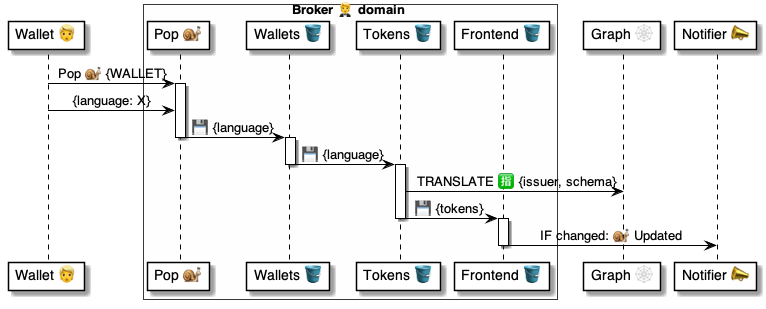
This is 4 ⚙️ Solution/20 🧑‍🦰 UI/Brokers 🤵/🤵🪣 Broker tables/Tokens 🎫 table/🪣🧱 20 Localize ⏩ flow/🤵 Broker.Tokens.Localize ⚙️ uml.png from pollyweb-org/pollyweb-docs, a PlantUML export, as it was before one commit. Its source is kept beside it as 4 ⚙️ Solution/20 🧑‍🦰 UI/Brokers 🤵/🤵🪣 Broker tables/Tokens 🎫 table/🪣🧱 40 Remove ⏩ flow/🤵 Broker.Tokens.Remove ⚙️ uml.puml.
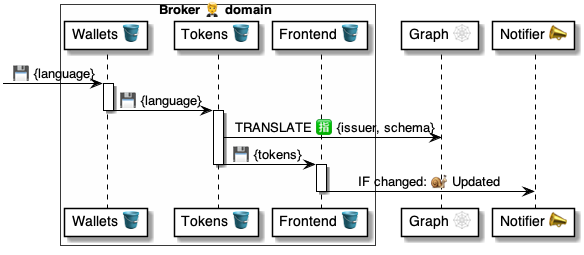
The same diagram one commit later.

Diff of the diagram source:
```diff
@@ -1,20 +1,14 @@
 @startuml Broker.Tokens.Updates
 
-participant "Wallet 👱" as wallet
 box Broker 🤵 domain #FFFFFA
-    participant "Pop 🐌" as pop
     participant "Tokens 🪣" as tokens
     participant "Frontend 🪣" as frontend
 end box
 participant "Issuer 🎴" as issuer
 participant "Notifier 📣" as notifier
 
-wallet -> pop: Pop 🐌 {TOKEN}
 
-activate pop
-    wallet -> pop: {remove}
-    pop -> tokens: 💾 {REMOVED}
-deactivate pop
+ -> tokens: 💾 {REMOVED}
 
 
 activate tokens
```
